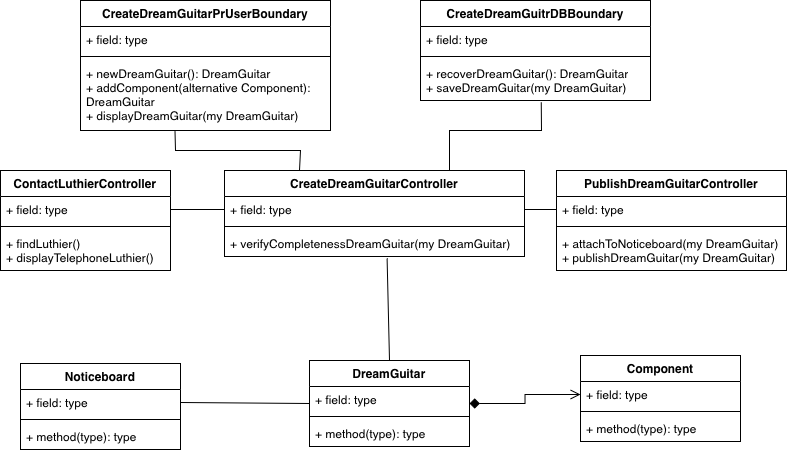
The draw.io diagram BCET.drawio.png in TizianoLilli/ISPW-Project, before a commit. Source tidied: cells renumbered, new cells last; positions are measured from the earlier drawing's top-left corner, leaving out a move shared by most shapes. The source it was exported from:
```xml
<mxGraphModel>
  <root>
    <mxCell id="0" />
    <mxCell id="1" parent="0" />
    <mxCell id="2" value="DreamGuitar" style="swimlane;fontStyle=1;align=center;verticalAlign=top;horizontal=1;startSize=26;whiteSpace=wrap;html=1;" parent="1" vertex="1">
      <mxGeometry x="309" y="360" width="160" height="86" as="geometry" />
    </mxCell>
    <mxCell id="3" value="+ field: type" style="text;strokeColor=none;fillColor=none;align=left;verticalAlign=top;spacingLeft=4;spacingRight=4;overflow=hidden;whiteSpace=wrap;html=1;" parent="2" vertex="1">
      <mxGeometry y="26" width="160" height="26" as="geometry" />
    </mxCell>
    <mxCell id="4" style="line;strokeWidth=1;fillColor=none;align=left;verticalAlign=middle;spacingTop=-1;spacingLeft=3;spacingRight=3;labelPosition=right;strokeColor=inherit;" parent="2" vertex="1">
      <mxGeometry y="52" width="160" height="8" as="geometry" />
    </mxCell>
    <mxCell id="5" value="+ method(type): type" style="text;strokeColor=none;fillColor=none;align=left;verticalAlign=top;spacingLeft=4;spacingRight=4;overflow=hidden;whiteSpace=wrap;html=1;" parent="2" vertex="1">
      <mxGeometry y="60" width="160" height="26" as="geometry" />
    </mxCell>
    <mxCell id="6" value="Noticeboard" style="swimlane;fontStyle=1;align=center;verticalAlign=top;horizontal=1;startSize=26;whiteSpace=wrap;html=1;" parent="1" vertex="1">
      <mxGeometry x="20" y="363" width="160" height="86" as="geometry" />
    </mxCell>
    <mxCell id="7" value="+ field: type" style="text;strokeColor=none;fillColor=none;align=left;verticalAlign=top;spacingLeft=4;spacingRight=4;overflow=hidden;points=[[0,0.5],[1,0.5]];portConstraint=eastwest;whiteSpace=wrap;html=1;" parent="6" vertex="1">
      <mxGeometry y="26" width="160" height="26" as="geometry" />
    </mxCell>
    <mxCell id="8" style="line;strokeWidth=1;fillColor=none;align=left;verticalAlign=middle;spacingTop=-1;spacingLeft=3;spacingRight=3;labelPosition=right;strokeColor=inherit;" parent="6" vertex="1">
      <mxGeometry y="52" width="160" height="8" as="geometry" />
    </mxCell>
    <mxCell id="9" value="+ method(type): type" style="text;strokeColor=none;fillColor=none;align=left;verticalAlign=top;spacingLeft=4;spacingRight=4;overflow=hidden;whiteSpace=wrap;html=1;" parent="6" vertex="1">
      <mxGeometry y="60" width="160" height="26" as="geometry" />
    </mxCell>
    <mxCell id="10" value="CreateDreamGuitarPrUserBoundary" style="swimlane;fontStyle=1;align=center;verticalAlign=top;horizontal=1;startSize=26;whiteSpace=wrap;html=1;" parent="1" vertex="1">
      <mxGeometry x="80" width="250" height="130" as="geometry" />
    </mxCell>
    <mxCell id="11" value="+ field: type" style="text;strokeColor=none;fillColor=none;align=left;verticalAlign=top;spacingLeft=4;spacingRight=4;overflow=hidden;whiteSpace=wrap;html=1;" parent="10" vertex="1">
      <mxGeometry y="26" width="250" height="26" as="geometry" />
    </mxCell>
    <mxCell id="12" style="line;strokeWidth=1;fillColor=none;align=left;verticalAlign=middle;spacingTop=-1;spacingLeft=3;spacingRight=3;labelPosition=right;strokeColor=inherit;" parent="10" vertex="1">
      <mxGeometry y="52" width="250" height="8" as="geometry" />
    </mxCell>
    <mxCell id="13" value="+ newDreamGuitar(): DreamGuitar&lt;div&gt;+ addComponent(alternative Component): DreamGuitar&lt;/div&gt;&lt;div&gt;+ displayDreamGuitar(my DreamGuitar)&amp;nbsp;&lt;/div&gt;" style="text;strokeColor=none;fillColor=none;align=left;verticalAlign=top;spacingLeft=4;spacingRight=4;overflow=hidden;points=[[0,0.5],[1,0.5]];portConstraint=eastwest;whiteSpace=wrap;html=1;" parent="10" vertex="1">
      <mxGeometry y="60" width="250" height="70" as="geometry" />
    </mxCell>
    <mxCell id="14" value="CreateDreamGuitrDBBoundary" style="swimlane;fontStyle=1;align=center;verticalAlign=top;horizontal=1;startSize=26;whiteSpace=wrap;html=1;" parent="1" vertex="1">
      <mxGeometry x="420" width="230" height="100" as="geometry" />
    </mxCell>
    <mxCell id="15" value="+ field: type" style="text;strokeColor=none;fillColor=none;align=left;verticalAlign=top;spacingLeft=4;spacingRight=4;overflow=hidden;whiteSpace=wrap;html=1;" parent="14" vertex="1">
      <mxGeometry y="26" width="230" height="26" as="geometry" />
    </mxCell>
    <mxCell id="16" style="line;strokeWidth=1;fillColor=none;align=left;verticalAlign=middle;spacingTop=-1;spacingLeft=3;spacingRight=3;labelPosition=right;strokeColor=inherit;" parent="14" vertex="1">
      <mxGeometry y="52" width="230" height="8" as="geometry" />
    </mxCell>
    <mxCell id="17" value="+ recoverDreamGuitar(): DreamGuitar&lt;div&gt;+ saveDreamGuitar(my DreamGuitar)&lt;br&gt;&lt;/div&gt;" style="text;strokeColor=none;fillColor=none;align=left;verticalAlign=top;spacingLeft=4;spacingRight=4;overflow=hidden;points=[[0,0.5],[1,0.5]];portConstraint=eastwest;whiteSpace=wrap;html=1;" parent="14" vertex="1">
      <mxGeometry y="60" width="230" height="40" as="geometry" />
    </mxCell>
    <mxCell id="18" value="ContactLuthierController" style="swimlane;fontStyle=1;align=center;verticalAlign=top;horizontal=1;startSize=26;whiteSpace=wrap;html=1;" parent="1" vertex="1">
      <mxGeometry y="170" width="170" height="100" as="geometry" />
    </mxCell>
    <mxCell id="19" value="+ field: type" style="text;strokeColor=none;fillColor=none;align=left;verticalAlign=top;spacingLeft=4;spacingRight=4;overflow=hidden;points=[[0,0.5],[1,0.5]];portConstraint=eastwest;whiteSpace=wrap;html=1;" parent="18" vertex="1">
      <mxGeometry y="26" width="170" height="26" as="geometry" />
    </mxCell>
    <mxCell id="20" style="line;strokeWidth=1;fillColor=none;align=left;verticalAlign=middle;spacingTop=-1;spacingLeft=3;spacingRight=3;labelPosition=right;strokeColor=inherit;" parent="18" vertex="1">
      <mxGeometry y="52" width="170" height="8" as="geometry" />
    </mxCell>
    <mxCell id="21" value="+ findLuthier()&lt;div&gt;+ displayTelephoneLuthier()&lt;br&gt;&lt;/div&gt;" style="text;strokeColor=none;fillColor=none;align=left;verticalAlign=top;spacingLeft=4;spacingRight=4;overflow=hidden;whiteSpace=wrap;html=1;" parent="18" vertex="1">
      <mxGeometry y="60" width="170" height="40" as="geometry" />
    </mxCell>
    <mxCell id="22" value="PublishDreamGuitarController" style="swimlane;fontStyle=1;align=center;verticalAlign=top;horizontal=1;startSize=26;whiteSpace=wrap;html=1;" parent="1" vertex="1">
      <mxGeometry x="556" y="170" width="230" height="100" as="geometry" />
    </mxCell>
    <mxCell id="23" value="+ field: type" style="text;strokeColor=none;fillColor=none;align=left;verticalAlign=top;spacingLeft=4;spacingRight=4;overflow=hidden;points=[[0,0.5],[1,0.5]];portConstraint=eastwest;whiteSpace=wrap;html=1;" parent="22" vertex="1">
      <mxGeometry y="26" width="230" height="26" as="geometry" />
    </mxCell>
    <mxCell id="24" style="line;strokeWidth=1;fillColor=none;align=left;verticalAlign=middle;spacingTop=-1;spacingLeft=3;spacingRight=3;labelPosition=right;strokeColor=inherit;" parent="22" vertex="1">
      <mxGeometry y="52" width="230" height="8" as="geometry" />
    </mxCell>
    <mxCell id="25" value="&lt;div&gt;+ attachToNoticeboard(my DreamGuitar)&lt;br&gt;&lt;/div&gt;+ publishDreamGuitar(my DreamGuitar)" style="text;strokeColor=none;fillColor=none;align=left;verticalAlign=top;spacingLeft=4;spacingRight=4;overflow=hidden;whiteSpace=wrap;html=1;" parent="22" vertex="1">
      <mxGeometry y="60" width="230" height="40" as="geometry" />
    </mxCell>
    <mxCell id="26" value="CreateDreamGuitarController" style="swimlane;fontStyle=1;align=center;verticalAlign=top;horizontal=1;startSize=26;whiteSpace=wrap;html=1;" parent="1" vertex="1">
      <mxGeometry x="224" y="170" width="300" height="86" as="geometry" />
    </mxCell>
    <mxCell id="27" value="+ field: type" style="text;strokeColor=none;fillColor=none;align=left;verticalAlign=top;spacingLeft=4;spacingRight=4;overflow=hidden;points=[[0,0.5],[1,0.5]];portConstraint=eastwest;whiteSpace=wrap;html=1;" parent="26" vertex="1">
      <mxGeometry y="26" width="300" height="26" as="geometry" />
    </mxCell>
    <mxCell id="28" style="line;strokeWidth=1;fillColor=none;align=left;verticalAlign=middle;spacingTop=-1;spacingLeft=3;spacingRight=3;labelPosition=right;strokeColor=inherit;" parent="26" vertex="1">
      <mxGeometry y="52" width="300" height="8" as="geometry" />
    </mxCell>
    <mxCell id="29" value="+ verifyCompletenessDreamGuitar(my DreamGuitar)" style="text;strokeColor=none;fillColor=none;align=left;verticalAlign=top;spacingLeft=4;spacingRight=4;overflow=hidden;points=[[0,0.5],[1,0.5]];portConstraint=eastwest;whiteSpace=wrap;html=1;" parent="26" vertex="1">
      <mxGeometry y="60" width="300" height="26" as="geometry" />
    </mxCell>
    <mxCell id="30" value="Component" style="swimlane;fontStyle=1;align=center;verticalAlign=top;horizontal=1;startSize=26;whiteSpace=wrap;html=1;" parent="1" vertex="1">
      <mxGeometry x="580" y="355" width="160" height="86" as="geometry" />
    </mxCell>
    <mxCell id="31" value="+ field: type" style="text;strokeColor=none;fillColor=none;align=left;verticalAlign=top;spacingLeft=4;spacingRight=4;overflow=hidden;points=[[0,0.5],[1,0.5]];portConstraint=eastwest;whiteSpace=wrap;html=1;" parent="30" vertex="1">
      <mxGeometry y="26" width="160" height="26" as="geometry" />
    </mxCell>
    <mxCell id="32" style="line;strokeWidth=1;fillColor=none;align=left;verticalAlign=middle;spacingTop=-1;spacingLeft=3;spacingRight=3;labelPosition=right;strokeColor=inherit;" parent="30" vertex="1">
      <mxGeometry y="52" width="160" height="8" as="geometry" />
    </mxCell>
    <mxCell id="33" value="+ method(type): type" style="text;strokeColor=none;fillColor=none;align=left;verticalAlign=top;spacingLeft=4;spacingRight=4;overflow=hidden;whiteSpace=wrap;html=1;" parent="30" vertex="1">
      <mxGeometry y="60" width="160" height="26" as="geometry" />
    </mxCell>
    <mxCell id="34" style="html=1;labelBackgroundColor=#ffffff;jettySize=auto;fontSize=14;rounded=0;jumpStyle=gap;edgeStyle=orthogonalEdgeStyle;startArrow=diamond;startFill=1;endArrow=open;strokeWidth=1;startSize=8;endSize=8;curved=0;exitX=1;exitY=0.5;exitDx=0;exitDy=0;entryX=0;entryY=0.5;entryDx=0;entryDy=0;" parent="1" edge="1" source="2" target="31">
      <mxGeometry relative="1" as="geometry" />
    </mxCell>
    <mxCell id="35" style="endArrow=none;html=1;rounded=0;fontSize=12;startSize=8;endSize=8;curved=1;exitX=1;exitY=0.5;exitDx=0;exitDy=0;entryX=0;entryY=0.5;entryDx=0;entryDy=0;" parent="1" edge="1" source="7" target="2">
      <mxGeometry relative="1" as="geometry" />
    </mxCell>
    <mxCell id="36" style="endArrow=none;html=1;rounded=0;fontSize=12;startSize=8;endSize=8;curved=1;exitX=1;exitY=0.5;exitDx=0;exitDy=0;entryX=0;entryY=0.5;entryDx=0;entryDy=0;" parent="1" edge="1" source="19" target="27">
      <mxGeometry relative="1" as="geometry" />
    </mxCell>
    <mxCell id="37" style="endArrow=none;html=1;rounded=0;fontSize=12;startSize=8;endSize=8;curved=1;exitX=1;exitY=0.5;exitDx=0;exitDy=0;entryX=0;entryY=0.5;entryDx=0;entryDy=0;" parent="1" edge="1" source="27" target="23">
      <mxGeometry relative="1" as="geometry" />
    </mxCell>
    <mxCell id="38" style="endArrow=none;html=1;rounded=0;fontSize=12;startSize=8;endSize=8;curved=1;entryX=0.5;entryY=0;entryDx=0;entryDy=0;exitX=0.542;exitY=1.078;exitDx=0;exitDy=0;exitPerimeter=0;" parent="1" edge="1" source="29" target="2">
      <mxGeometry relative="1" as="geometry" />
    </mxCell>
    <mxCell id="39" style="endArrow=none;html=1;rounded=0;fontSize=12;startSize=8;endSize=8;curved=0;entryX=0.525;entryY=1.043;entryDx=0;entryDy=0;entryPerimeter=0;exitX=0.75;exitY=0;exitDx=0;exitDy=0;" parent="1" edge="1" source="26" target="17">
      <mxGeometry relative="1" as="geometry">
        <Array as="points">
          <mxPoint x="449" y="130" />
          <mxPoint x="541" y="130" />
        </Array>
      </mxGeometry>
    </mxCell>
    <mxCell id="40" style="endArrow=none;html=1;rounded=0;fontSize=12;startSize=8;endSize=8;curved=0;entryX=0.378;entryY=1.008;entryDx=0;entryDy=0;entryPerimeter=0;exitX=0.25;exitY=0;exitDx=0;exitDy=0;" parent="1" edge="1" source="26" target="13">
      <mxGeometry relative="1" as="geometry">
        <Array as="points">
          <mxPoint x="300" y="150" />
          <mxPoint x="175" y="150" />
        </Array>
      </mxGeometry>
    </mxCell>
  </root>
</mxGraphModel>
```
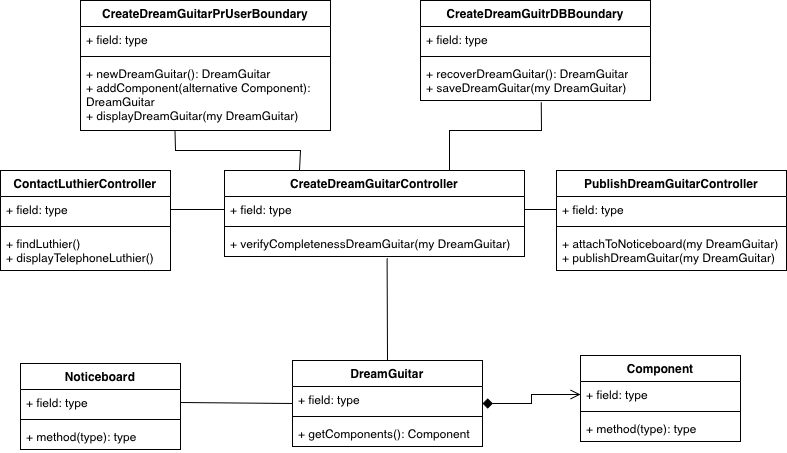
The same diagram one commit later.

What changed in the source:
```diff
@@ -3,16 +3,16 @@
     <mxCell id="0" />
     <mxCell id="1" parent="0" />
     <mxCell id="2" value="DreamGuitar" style="swimlane;fontStyle=1;align=center;verticalAlign=top;horizontal=1;startSize=26;whiteSpace=wrap;html=1;" parent="1" vertex="1">
-      <mxGeometry x="309" y="360" width="160" height="86" as="geometry" />
+      <mxGeometry x="292" y="360" width="190" height="86" as="geometry" />
     </mxCell>
     <mxCell id="3" value="+ field: type" style="text;strokeColor=none;fillColor=none;align=left;verticalAlign=top;spacingLeft=4;spacingRight=4;overflow=hidden;whiteSpace=wrap;html=1;" parent="2" vertex="1">
-      <mxGeometry y="26" width="160" height="26" as="geometry" />
+      <mxGeometry y="26" width="190" height="26" as="geometry" />
     </mxCell>
     <mxCell id="4" style="line;strokeWidth=1;fillColor=none;align=left;verticalAlign=middle;spacingTop=-1;spacingLeft=3;spacingRight=3;labelPosition=right;strokeColor=inherit;" parent="2" vertex="1">
-      <mxGeometry y="52" width="160" height="8" as="geometry" />
+      <mxGeometry y="52" width="190" height="8" as="geometry" />
     </mxCell>
-    <mxCell id="5" value="+ method(type): type" style="text;strokeColor=none;fillColor=none;align=left;verticalAlign=top;spacingLeft=4;spacingRight=4;overflow=hidden;whiteSpace=wrap;html=1;" parent="2" vertex="1">
-      <mxGeometry y="60" width="160" height="26" as="geometry" />
+    <mxCell id="5" value="+ getComponents(): Component" style="text;strokeColor=none;fillColor=none;align=left;verticalAlign=top;spacingLeft=4;spacingRight=4;overflow=hidden;whiteSpace=wrap;html=1;" parent="2" vertex="1">
+      <mxGeometry y="60" width="190" height="26" as="geometry" />
     </mxCell>
     <mxCell id="6" value="Noticeboard" style="swimlane;fontStyle=1;align=center;verticalAlign=top;horizontal=1;startSize=26;whiteSpace=wrap;html=1;" parent="1" vertex="1">
       <mxGeometry x="20" y="363" width="160" height="86" as="geometry" />
```
